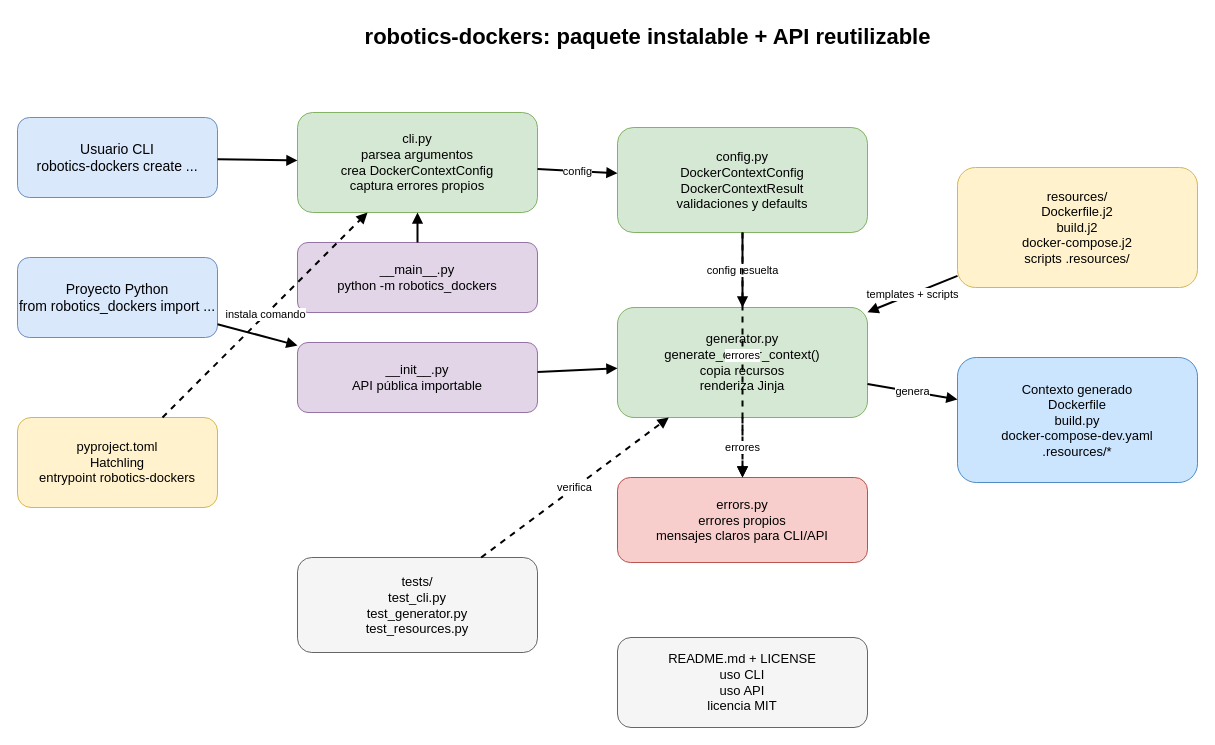
This is docs/refactor-architecture.drawio from jfrascon/robotics_dockers, a draw.io file, before an edit. Source tidied: cells renumbered, new cells numbered last; positions are measured from the earlier drawing's top-left corner, leaving out a move shared by most shapes. Both pictures are drawn from the tidied source at 100%, with x=0, y=0 at pixel (17, 17).
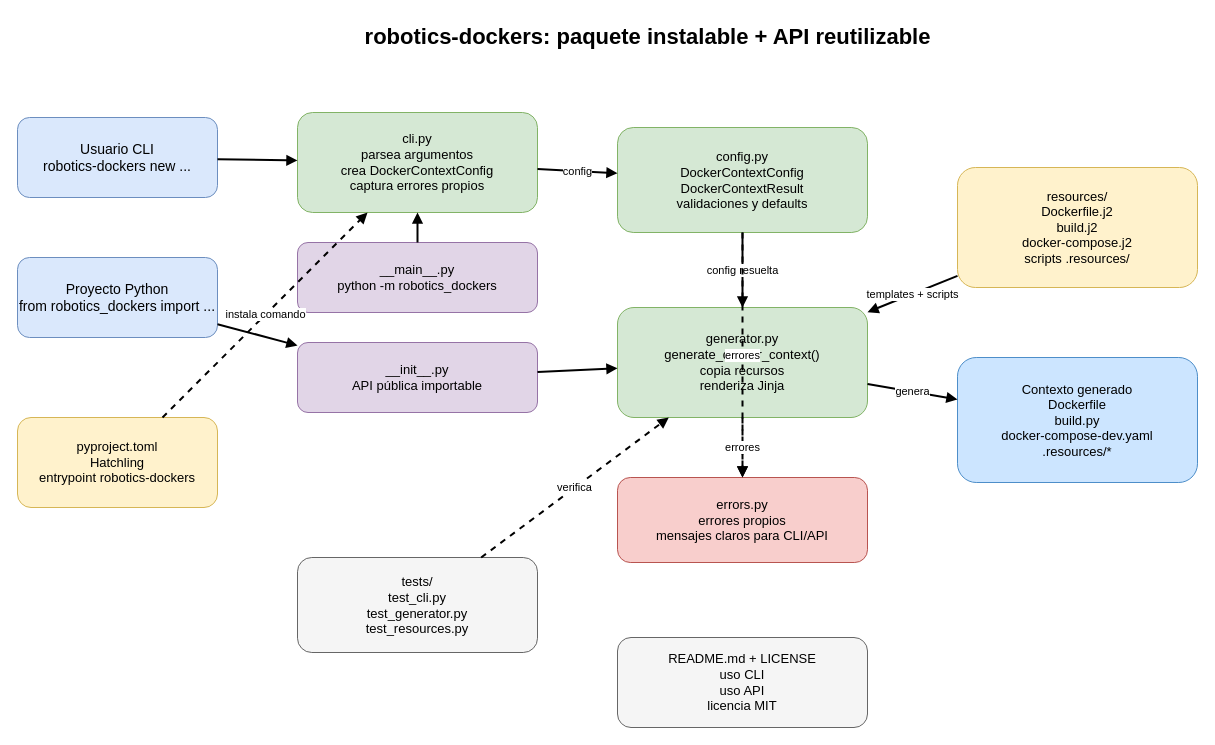
The same diagram, later.

What changed in the source:
```diff
@@
-    <mxCell id="3" value="Usuario CLI&#10;robotics-dockers create ..." style="rounded=1;whiteSpace=wrap;html=1;fillColor=#dae8fc;strokeColor=#6c8ebf;fontSize=14;" parent="1" vertex="1">
+    <mxCell id="3" value="Usuario CLI&#10;robotics-dockers new ..." style="rounded=1;whiteSpace=wrap;html=1;fillColor=#dae8fc;strokeColor=#6c8ebf;fontSize=14;" parent="1" vertex="1">
       <mxGeometry y="100" width="200" height="80" as="geometry" />
     </mxCell>
```
